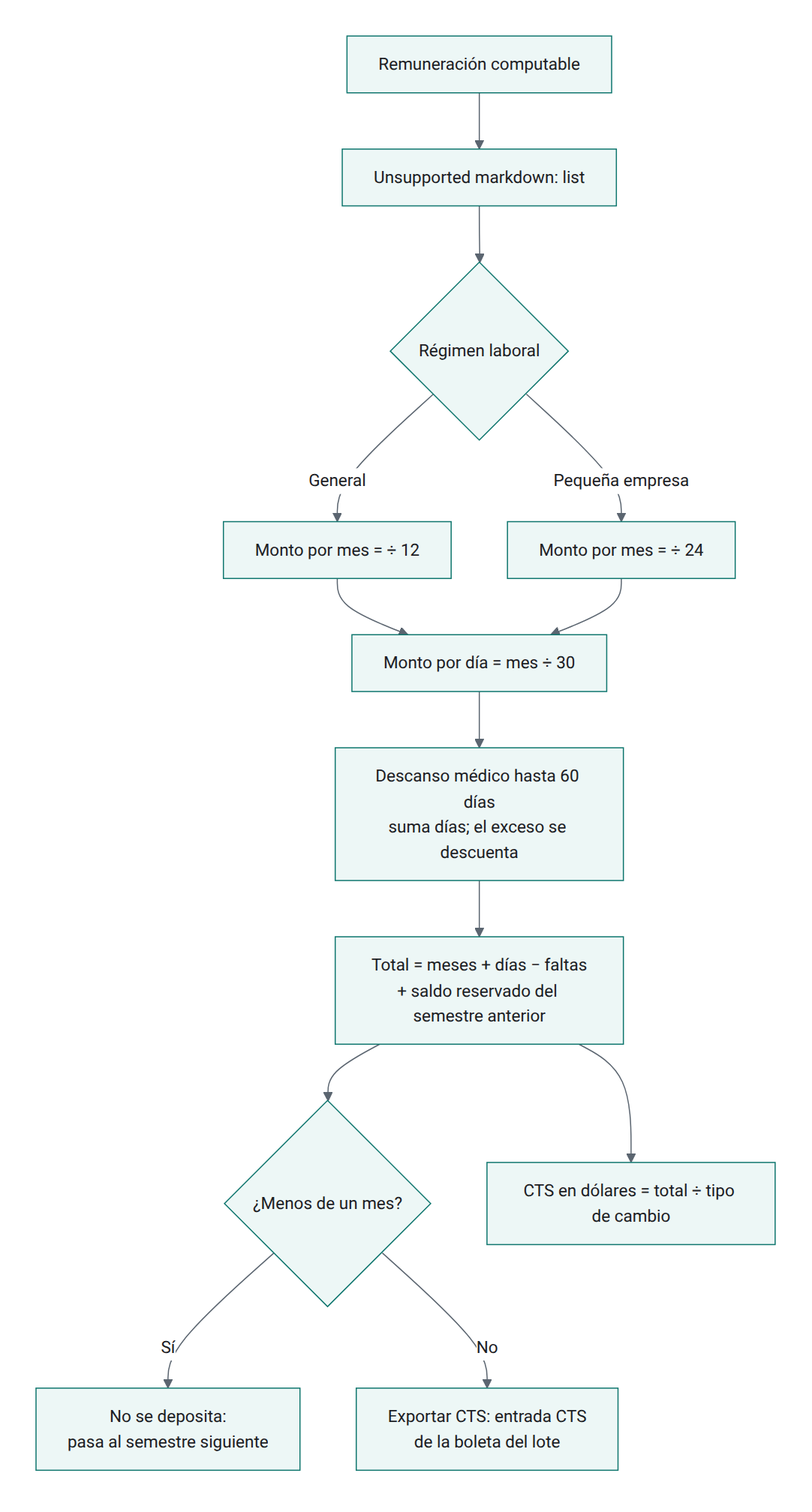
Earlier version of the Mermaid export OL-PAYROLL/al_hr_pe_benefits/static/description/diagramas/cts.png (olanoit/ol_new_apps). Its source is kept beside it as OL-PAYROLL/al_hr_pe_benefits/static/description/diagramas/cts.mmd. The source it was exported from:
```mermaid
flowchart TD
  A[Remuneración computable] --> B[+ 1/6 de la gratificación<br/>del semestre: julio o diciembre]
  B --> C{Régimen laboral}
  C -- General --> D[Monto por mes = ÷ 12]
  C -- Pequeña empresa --> E[Monto por mes = ÷ 24]
  D --> F[Monto por día = mes ÷ 30]
  E --> F
  F --> G[Descanso médico hasta 60 días<br/>suma días; el exceso se descuenta]
  G --> H[Total = meses + días − faltas<br/>+ saldo reservado del semestre anterior]
  H --> I{¿Menos de un mes?}
  I -- Sí --> J[No se deposita:<br/>pasa al semestre siguiente]
  I -- No --> K[Exportar CTS: entrada CTS<br/>de la boleta del lote]
  H --> L[CTS en dólares = total ÷ tipo de cambio]
```
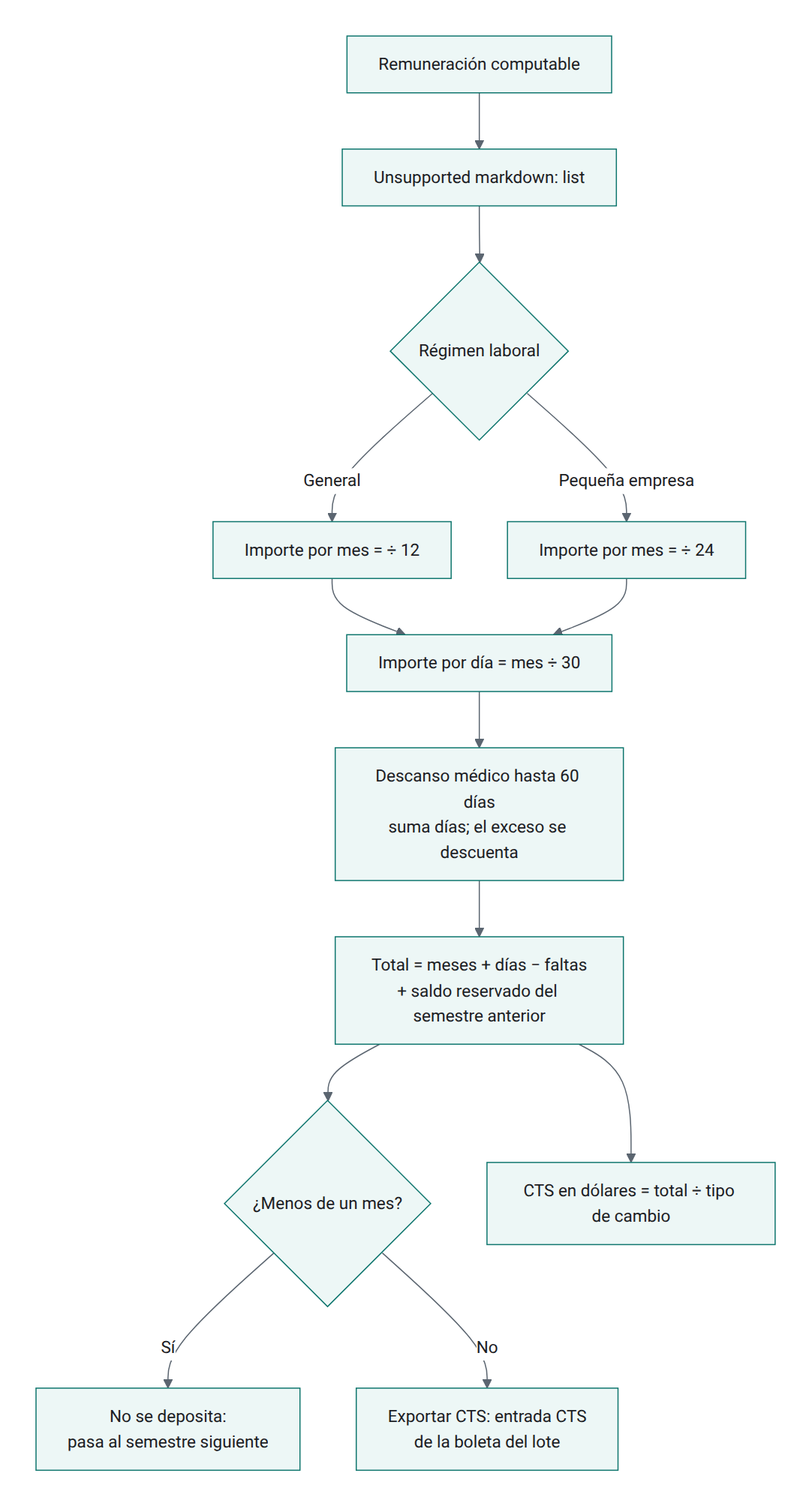
Later version of the same file.

What changed in the source:
```diff
@@ -1,9 +1,9 @@
 flowchart TD
   A[Remuneración computable] --> B[+ 1/6 de la gratificación<br/>del semestre: julio o diciembre]
   B --> C{Régimen laboral}
-  C -- General --> D[Monto por mes = ÷ 12]
-  C -- Pequeña empresa --> E[Monto por mes = ÷ 24]
-  D --> F[Monto por día = mes ÷ 30]
+  C -- General --> D[Importe por mes = ÷ 12]
+  C -- Pequeña empresa --> E[Importe por mes = ÷ 24]
+  D --> F[Importe por día = mes ÷ 30]
   E --> F
   F --> G[Descanso médico hasta 60 días<br/>suma días; el exceso se descuenta]
   G --> H[Total = meses + días − faltas<br/>+ saldo reservado del semestre anterior]
```
